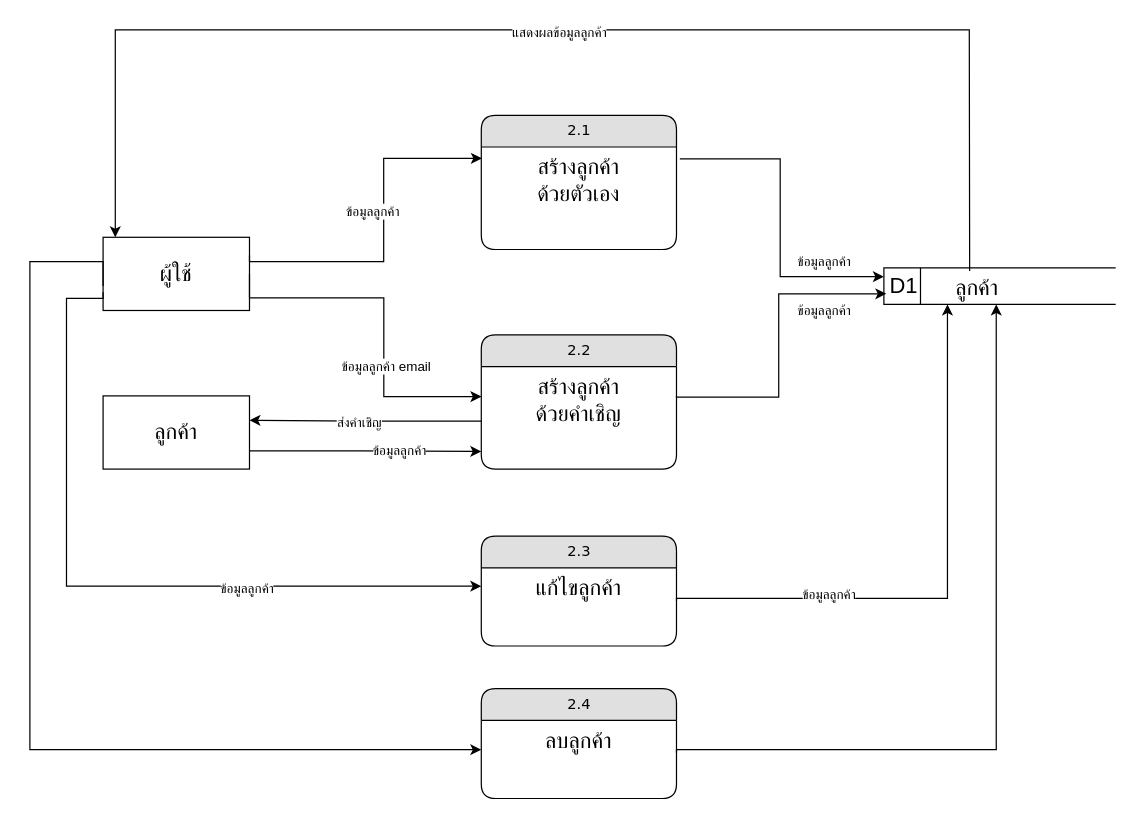
Above: dataflow-pms-2.0.drawio in NewSnooker/it-udvc-pms (draw.io), before the change. Source tidied: cells renumbered, new cells numbered last; positions are measured from the earlier drawing's top-left corner, leaving out a move shared by most shapes. Both pictures are drawn from the tidied source at 122%, with x=0, y=0 at pixel (29, 29).
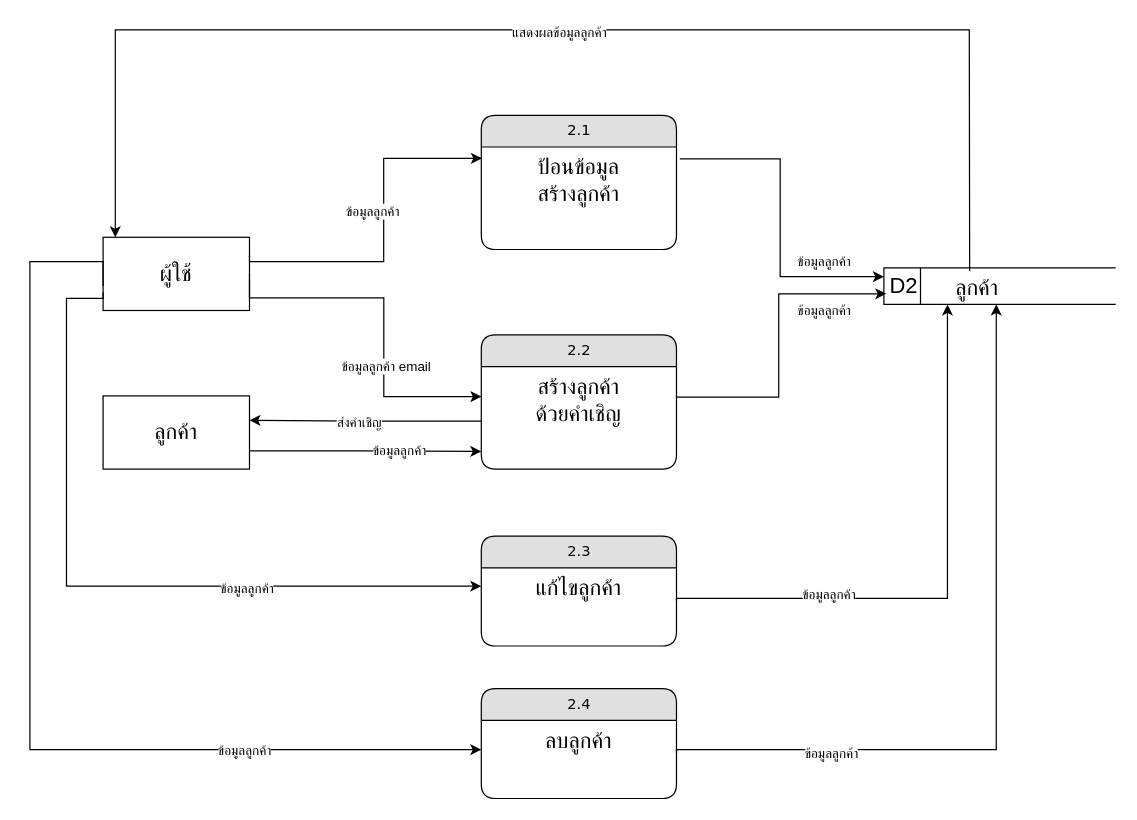
The same page after the edit.

The change refers to these unchanged cells:
```xml
<mxCell id="2" value="2.1" style="swimlane;html=1;fontStyle=0;horizontal=1;startSize=26;fillColor=#e0e0e0;swimlaneFillColor=#ffffff;align=center;rounded=1;shadow=0;comic=0;labelBackgroundColor=none;strokeWidth=1;fontFamily=Verdana;fontSize=12;" parent="1" vertex="1">
  <mxGeometry x="370" y="70" width="160" height="110" as="geometry" />
</mxCell>
<mxCell id="7" style="group;" parent="1" vertex="1">
  <mxGeometry x="700" y="195" width="190" height="30" as="geometry" />
</mxCell>
<mxCell id="27" style="endArrow=classic;html=1;rounded=0;exitX=0.667;exitY=1;exitDx=0;exitDy=0;edgeStyle=orthogonalEdgeStyle;exitPerimeter=0;" parent="1" edge="1" target="26">
  <mxGeometry relative="1" as="geometry">
    <mxPoint x="60" y="210" as="sourcePoint" />
    <Array as="points">
      <mxPoint x="60" y="190" />
      <mxPoint y="190" />
      <mxPoint y="590" />
    </Array>
  </mxGeometry>
</mxCell>
<mxCell id="28" style="endArrow=classic;html=1;rounded=0;edgeStyle=orthogonalEdgeStyle;exitX=1;exitY=0.5;exitDx=0;exitDy=0;" parent="1" edge="1" source="26">
  <mxGeometry relative="1" as="geometry">
    <mxPoint x="792.1" y="225" as="targetPoint" />
    <Array as="points">
      <mxPoint x="530" y="590" />
      <mxPoint x="792" y="590" />
    </Array>
  </mxGeometry>
</mxCell>
```

Diff of the diagram source:
```diff
@@
-    <mxCell id="3" value="&lt;span style=&quot;font-size: 18px;&quot;&gt;สร้างลูกค้า&lt;/span&gt;&lt;div&gt;&lt;span style=&quot;font-size: 18px;&quot;&gt;ด้วยตัวเอง&lt;/span&gt;&lt;/div&gt;" style="text;html=1;strokeColor=none;fillColor=none;spacingLeft=4;spacingRight=4;whiteSpace=wrap;overflow=hidden;points=[[0,0.5],[1,0.5]];portConstraint=eastwest;align=center;" parent="2" vertex="1">
+    <mxCell id="3" value="&lt;span style=&quot;font-size: 18px;&quot;&gt;ป้อนข้อมูล&lt;/span&gt;&lt;div&gt;&lt;span style=&quot;font-size: 18px;&quot;&gt;สร้างลูกค้า&lt;/span&gt;&lt;/div&gt;" style="text;html=1;strokeColor=none;fillColor=none;spacingLeft=4;spacingRight=4;whiteSpace=wrap;overflow=hidden;points=[[0,0.5],[1,0.5]];portConstraint=eastwest;align=center;" parent="2" vertex="1">
       <mxGeometry y="26" width="160" height="54" as="geometry" />
     </mxCell>
@@
-    <mxCell id="8" value="&lt;font style=&quot;font-size: 18px;&quot;&gt;D1&lt;/font&gt;" style="html=1;dashed=0;whiteSpace=wrap;shape=mxgraph.dfd.dataStoreID;align=left;spacingLeft=3;points=[[0,0],[0.5,0],[1,0],[0,0.5],[1,0.5],[0,1],[0.5,1],[1,1]];" parent="7" vertex="1">
+    <mxCell id="8" value="&lt;font style=&quot;font-size: 18px;&quot;&gt;D2&lt;/font&gt;" style="html=1;dashed=0;whiteSpace=wrap;shape=mxgraph.dfd.dataStoreID;align=left;spacingLeft=3;points=[[0,0],[0.5,0],[1,0],[0,0.5],[1,0.5],[0,1],[0.5,1],[1,1]];" parent="7" vertex="1">
       <mxGeometry width="190" height="30" as="geometry" />
     </mxCell>
@@
+    <mxCell id="38" value="ข้อมูลลูกค้า" style="edgeLabel;html=1;align=center;verticalAlign=middle;" parent="27" vertex="1">
+      <mxGeometry x="0.54" relative="1" as="geometry" />
+    </mxCell>
@@
+    <mxCell id="39" value="ข้อมูลลูกค้า" style="edgeLabel;html=1;align=center;verticalAlign=middle;" parent="28" vertex="1">
+      <mxGeometry x="-0.59" y="-2" relative="1" as="geometry" />
+    </mxCell>
```
